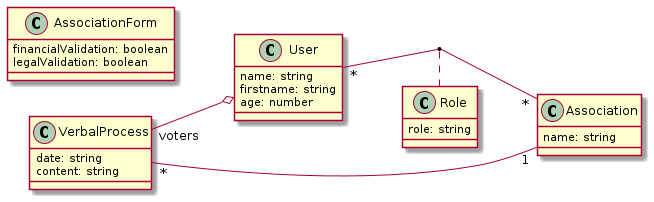
Before: pictures/diagram_classes.png, a diagram exported from PlantUML (stephaniechallita/WebServer-course). Its diagram source:
```plantuml
@startuml diagram_classes
left to right direction
class Role {
    role: string
}
class User {
    name: string
    firstname: string
    age: number
}
class Association {
    name: string
}
class VerbalProcess {
    date: string
    content: string
}
class AssociationForm {
    financialValidation: boolean
    legalValidation: boolean
}
VerbalProcess "*" -- "1" Association
VerbalProcess "voters" --o User
User "*" -- "*" Association
(User, Association) .. Role
@enduml
```
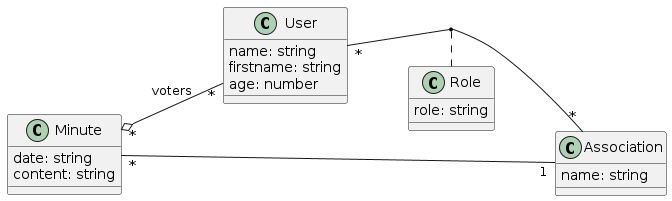
After the commit.

Commit message:
Update class diagrams

Diff of the diagram source:
```diff
@@ -11,16 +11,12 @@
 class Association {
     name: string
 }
-class VerbalProcess {
+class Minute {
     date: string
     content: string
 }
-class AssociationForm {
-    financialValidation: boolean
-    legalValidation: boolean
-}
-VerbalProcess "*" -- "1" Association
-VerbalProcess "voters" --o User
+Minute "*" -- "1" Association
+Minute "*" o-- "*" User: voters
 User "*" -- "*" Association
 (User, Association) .. Role
 @enduml
```
